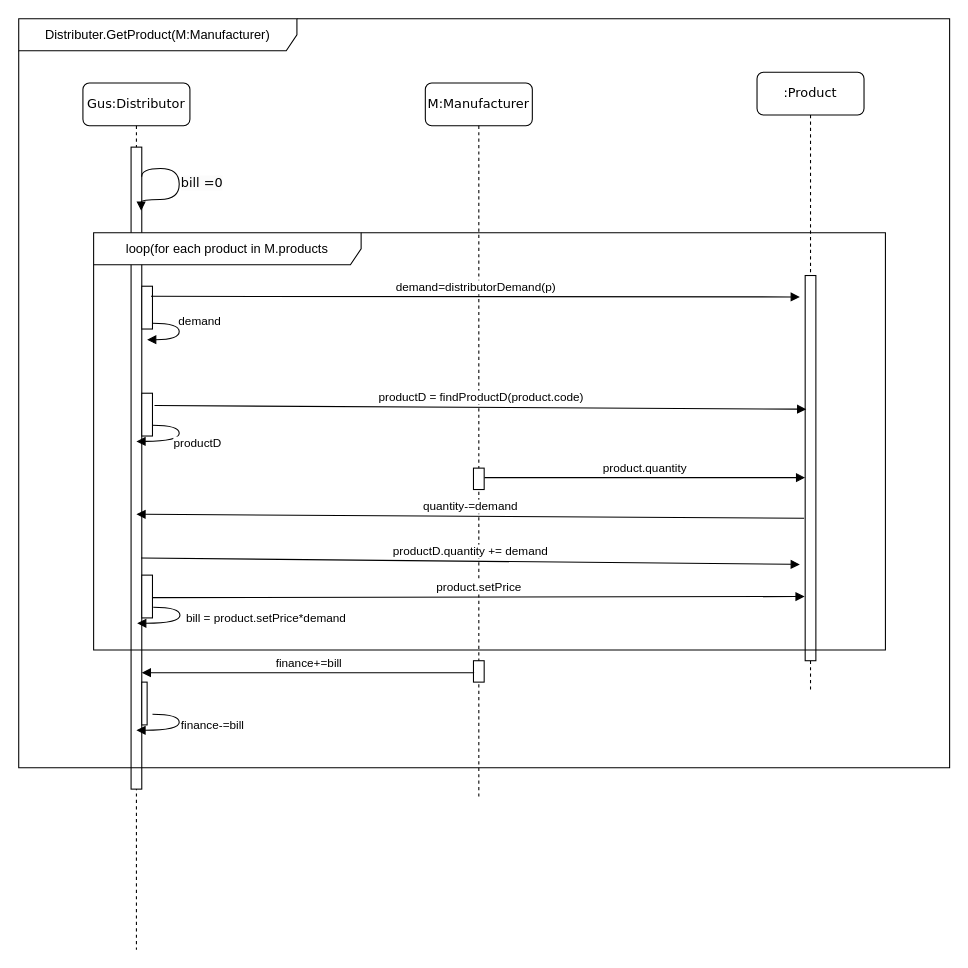
Before: page "SequenceDiagramm" (1 of 3) of UML/Sequence.drawio in zavaranak/932102.Dang, a draw.io diagram. Source tidied: cells renumbered, new cells numbered last; positions are measured from the earlier drawing's top-left corner, leaving out a move shared by most shapes. Both pictures are drawn from the tidied source at 107%, with x=0, y=0 at pixel (18, 18).
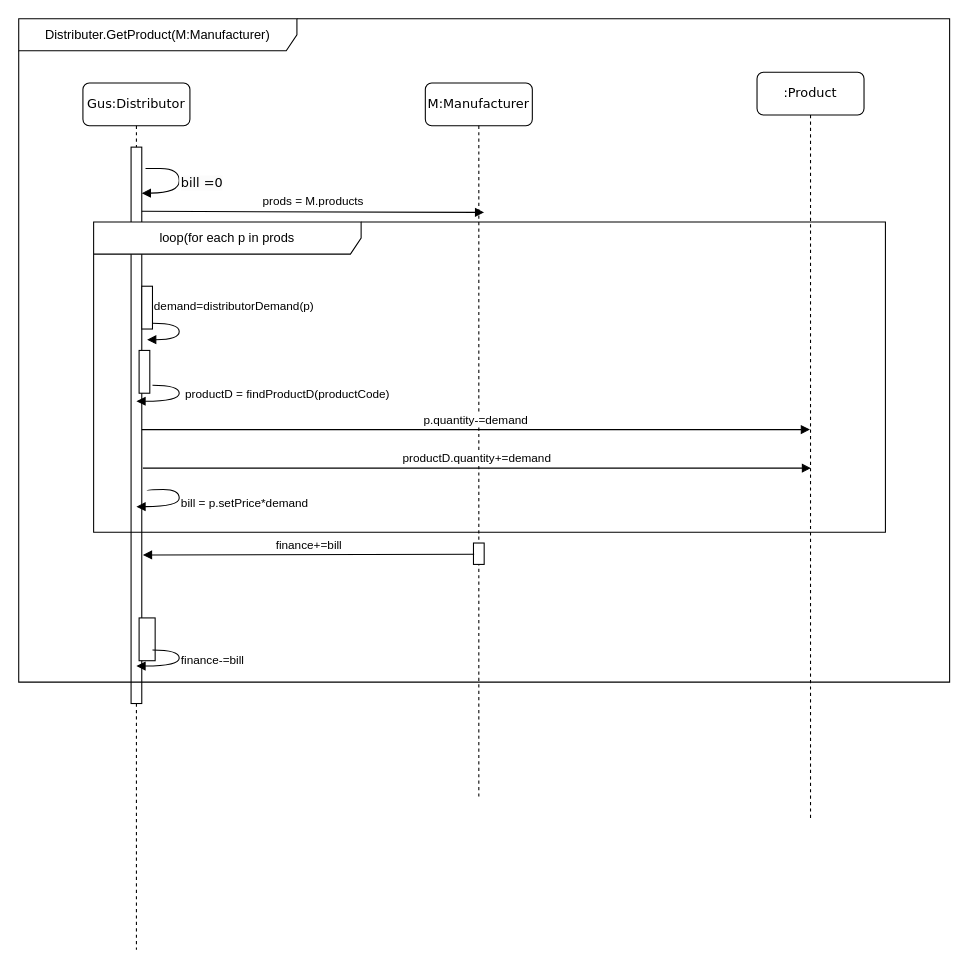
The same page after the edit.

Unchanged cells that the change refers to:
```xml
<mxCell id="6" value="Gus:Distributor" style="shape=umlLifeline;perimeter=lifelinePerimeter;whiteSpace=wrap;html=1;rounded=1;shadow=0;comic=0;labelBackgroundColor=none;strokeWidth=1;fontFamily=Verdana;fontSize=12;align=center;size=40;" parent="1" vertex="1">
  <mxGeometry x="60" y="60" width="100" height="810" as="geometry" />
</mxCell>
```

The edit, as a diff of the source:
```diff
@@
-    <mxCell id="2" value="M:Manufacturer" style="shape=umlLifeline;perimeter=lifelinePerimeter;whiteSpace=wrap;html=1;rounded=1;shadow=0;comic=0;labelBackgroundColor=none;strokeWidth=1;fontFamily=Verdana;fontSize=12;align=center;" parent="1" vertex="1">
+    <mxCell id="2" value="M:Manufacturer" style="shape=umlLifeline;perimeter=lifelinePerimeter;whiteSpace=wrap;html=1;rounded=1;shadow=0;comic=0;labelBackgroundColor=none;strokeWidth=1;fontFamily=Verdana;fontSize=12;align=center;fillColor=#FFFFFF;" parent="1" vertex="1">
       <mxGeometry x="380" y="60" width="100" height="670" as="geometry" />
     </mxCell>
-    <mxCell id="3" style="html=1;points=[];perimeter=orthogonalPerimeter;rounded=0;shadow=0;comic=0;labelBackgroundColor=none;strokeWidth=1;fontFamily=Verdana;fontSize=12;align=center;" parent="2" vertex="1">
-      <mxGeometry x="45" y="360" width="10" height="20" as="geometry" />
-    </mxCell>
-    <mxCell id="4" value=":Product" style="shape=umlLifeline;perimeter=lifelinePerimeter;whiteSpace=wrap;html=1;rounded=1;shadow=0;comic=0;labelBackgroundColor=none;strokeWidth=1;fontFamily=Verdana;fontSize=12;align=center;" parent="1" vertex="1">
-      <mxGeometry x="690" y="50" width="100" height="580" as="geometry" />
+    <mxCell id="4" value=":Product" style="shape=umlLifeline;perimeter=lifelinePerimeter;whiteSpace=wrap;html=1;rounded=1;shadow=0;comic=0;labelBackgroundColor=none;strokeWidth=1;fontFamily=Verdana;fontSize=12;align=center;fillColor=#FFFFFF;" parent="1" vertex="1">
+      <mxGeometry x="690" y="50" width="100" height="700" as="geometry" />
     </mxCell>
-    <mxCell id="5" style="html=1;points=[];perimeter=orthogonalPerimeter;rounded=0;shadow=0;comic=0;labelBackgroundColor=none;strokeWidth=1;fontFamily=Verdana;fontSize=12;align=center;" parent="4" vertex="1">
-      <mxGeometry x="45" y="190" width="10" height="360" as="geometry" />
-    </mxCell>
@@
-    <mxCell id="7" style="html=1;points=[];perimeter=orthogonalPerimeter;rounded=0;shadow=0;comic=0;labelBackgroundColor=none;strokeWidth=1;fontFamily=Verdana;fontSize=12;align=center;" parent="6" vertex="1">
-      <mxGeometry x="45" y="60" width="10" height="600" as="geometry" />
+    <mxCell id="7" style="html=1;points=[];perimeter=orthogonalPerimeter;rounded=0;shadow=0;comic=0;labelBackgroundColor=none;strokeWidth=1;fontFamily=Verdana;fontSize=12;align=center;fillColor=#FFFFFF;" parent="6" vertex="1">
+      <mxGeometry x="45" y="60" width="10" height="520" as="geometry" />
     </mxCell>
-    <mxCell id="8" style="html=1;verticalAlign=bottom;endArrow=block;labelBackgroundColor=none;fontFamily=Verdana;fontSize=12;elbow=vertical;edgeStyle=orthogonalEdgeStyle;curved=1;exitX=0.989;exitY=0.046;exitPerimeter=0;exitDx=0;exitDy=0;entryX=0.944;entryY=0.099;entryDx=0;entryDy=0;entryPerimeter=0;" parent="6" edge="1" source="7" target="7">
+    <mxCell id="8" style="html=1;verticalAlign=bottom;endArrow=block;labelBackgroundColor=none;fontFamily=Verdana;fontSize=12;elbow=vertical;edgeStyle=orthogonalEdgeStyle;curved=1;fillColor=#FFFFFF;" parent="6" edge="1">
       <mxGeometry relative="1" as="geometry">
+        <mxPoint x="60" y="80" as="sourcePoint" />
+        <mxPoint x="55" y="103" as="targetPoint" />
         <Array as="points">
           <mxPoint x="55" y="80" />
           <mxPoint x="90" y="80" />
-          <mxPoint x="90" y="109" />
+          <mxPoint x="90" y="103" />
+          <mxPoint x="70" y="103" />
         </Array>
       </mxGeometry>
     </mxCell>
-    <mxCell id="9" style="html=1;points=[];perimeter=orthogonalPerimeter;rounded=0;shadow=0;comic=0;labelBackgroundColor=none;strokeWidth=1;fontFamily=Verdana;fontSize=12;align=center;" parent="6" vertex="1">
+    <mxCell id="9" style="html=1;points=[];perimeter=orthogonalPerimeter;rounded=0;shadow=0;comic=0;labelBackgroundColor=none;strokeWidth=1;fontFamily=Verdana;fontSize=12;align=center;fillColor=#FFFFFF;" parent="6" vertex="1">
       <mxGeometry x="55" y="190" width="10" height="40" as="geometry" />
     </mxCell>
-    <mxCell id="10" style="html=1;verticalAlign=bottom;endArrow=block;labelBackgroundColor=none;fontFamily=Verdana;fontSize=12;elbow=vertical;edgeStyle=orthogonalEdgeStyle;curved=1;exitX=1.028;exitY=0.867;exitPerimeter=0;exitDx=0;exitDy=0;" parent="6" edge="1" source="9">
+    <mxCell id="10" style="html=1;verticalAlign=bottom;endArrow=block;labelBackgroundColor=none;fontFamily=Verdana;fontSize=12;elbow=vertical;edgeStyle=orthogonalEdgeStyle;curved=1;exitX=1.028;exitY=0.867;exitPerimeter=0;exitDx=0;exitDy=0;fillColor=#FFFFFF;" parent="6" edge="1" source="9">
       <mxGeometry x="-0.34" y="64" relative="1" as="geometry">
         <mxPoint x="60" y="240" as="targetPoint" />
         <Array as="points">
           <mxPoint x="90" y="225" />
           <mxPoint x="90" y="240" />
         </Array>
         <mxPoint x="-14" y="-41" as="offset" />
       </mxGeometry>
     </mxCell>
-    <mxCell id="11" value="demand" style="edgeLabel;html=1;align=center;verticalAlign=middle;" parent="10" vertex="1">
+    <mxCell id="11" value="demand=distributorDemand(p)" style="edgeLabel;html=1;align=center;verticalAlign=middle;fillColor=#FFFFFF;" parent="10" vertex="1">
       <mxGeometry x="0.06" y="-2" relative="1" as="geometry">
-        <mxPoint x="20" y="-14" as="offset" />
+        <mxPoint x="52" y="-28" as="offset" />
       </mxGeometry>
     </mxCell>
-    <mxCell id="12" style="html=1;points=[];perimeter=orthogonalPerimeter;rounded=0;shadow=0;comic=0;labelBackgroundColor=none;strokeWidth=1;fontFamily=Verdana;fontSize=12;align=center;" parent="6" vertex="1">
-      <mxGeometry x="55" y="290" width="10" height="40" as="geometry" />
+    <mxCell id="12" style="html=1;points=[];perimeter=orthogonalPerimeter;rounded=0;shadow=0;comic=0;labelBackgroundColor=none;strokeWidth=1;fontFamily=Verdana;fontSize=12;align=center;fillColor=#FFFFFF;" parent="6" vertex="1">
+      <mxGeometry x="52.5" y="250" width="10" height="40" as="geometry" />
     </mxCell>
-    <mxCell id="13" style="html=1;perimeter=orthogonalPerimeter;rounded=0;shadow=0;comic=0;labelBackgroundColor=none;strokeWidth=1;fontFamily=Verdana;fontSize=12;align=center;" parent="6" vertex="1">
-      <mxGeometry x="55" y="460" width="10" height="40" as="geometry" />
-    </mxCell>
-    <mxCell id="14" style="html=1;perimeter=orthogonalPerimeter;rounded=0;shadow=0;comic=0;labelBackgroundColor=none;strokeWidth=1;fontFamily=Verdana;fontSize=12;align=center;" parent="6" vertex="1">
-      <mxGeometry x="55" y="560" width="5" height="40" as="geometry" />
+    <mxCell id="14" style="html=1;perimeter=orthogonalPerimeter;rounded=0;shadow=0;comic=0;labelBackgroundColor=none;strokeWidth=1;fontFamily=Verdana;fontSize=12;align=center;fillColor=#FFFFFF;" parent="6" vertex="1">
+      <mxGeometry x="52.5" y="500" width="15" height="40" as="geometry" />
     </mxCell>
     <mxCell id="15" value="Distributer.GetProduct(M:Manufacturer)" style="shape=umlFrame;whiteSpace=wrap;html=1;width=260;height=30;" parent="1" vertex="1">
-      <mxGeometry width="870" height="700" as="geometry" />
+      <mxGeometry width="870" height="620" as="geometry" />
     </mxCell>
-    <mxCell id="16" value="loop(for each product in M.products" style="shape=umlFrame;whiteSpace=wrap;html=1;width=250;height=30;" parent="1" vertex="1">
-      <mxGeometry x="70" y="200" width="740" height="390" as="geometry" />
+    <mxCell id="16" value="loop(for each p in prods" style="shape=umlFrame;whiteSpace=wrap;html=1;width=250;height=30;fillColor=#FFFFFF;" parent="1" vertex="1">
+      <mxGeometry x="70" y="190" width="740" height="290" as="geometry" />
     </mxCell>
-    <mxCell id="17" value="&lt;span style=&quot;color: rgb(0, 0, 0); font-family: Verdana; font-size: 12px; font-style: normal; font-variant-ligatures: normal; font-variant-caps: normal; font-weight: 400; letter-spacing: normal; orphans: 2; text-align: center; text-indent: 0px; text-transform: none; widows: 2; word-spacing: 0px; -webkit-text-stroke-width: 0px; background-color: rgb(251, 251, 251); text-decoration-thickness: initial; text-decoration-style: initial; text-decoration-color: initial; float: none; display: inline !important;&quot;&gt;bill =0&lt;br&gt;&lt;br&gt;&lt;/span&gt;" style="text;whiteSpace=wrap;html=1;" parent="1" vertex="1">
-      <mxGeometry x="150" y="140" width="80" height="40" as="geometry" />
+    <mxCell id="17" value="&lt;span style=&quot;color: rgb(0, 0, 0); font-family: Verdana; font-size: 12px; font-style: normal; font-variant-ligatures: normal; font-variant-caps: normal; font-weight: 400; letter-spacing: normal; orphans: 2; text-align: center; text-indent: 0px; text-transform: none; widows: 2; word-spacing: 0px; -webkit-text-stroke-width: 0px; background-color: rgb(251, 251, 251); text-decoration-thickness: initial; text-decoration-style: initial; text-decoration-color: initial; float: none; display: inline !important;&quot;&gt;bill =0&lt;br&gt;&lt;br&gt;&lt;/span&gt;" style="text;whiteSpace=wrap;html=1;fillColor=#FFFFFF;" parent="1" vertex="1">
+      <mxGeometry x="150" y="140" width="50" height="20" as="geometry" />
     </mxCell>
-    <mxCell id="18" value="demand=distributorDemand(p)" style="html=1;verticalAlign=bottom;endArrow=block;curved=0;rounded=0;exitX=0.859;exitY=0.236;exitDx=0;exitDy=0;exitPerimeter=0;" parent="1" edge="1" source="9">
+    <mxCell id="18" value="prods = M.products" style="html=1;verticalAlign=bottom;endArrow=block;curved=0;rounded=0;exitX=0.859;exitY=0.236;exitDx=0;exitDy=0;exitPerimeter=0;fillColor=#FFFFFF;" parent="1" edge="1">
       <mxGeometry relative="1" as="geometry">
-        <mxPoint x="730" y="260" as="targetPoint" />
+        <mxPoint x="115" y="180" as="sourcePoint" />
+        <mxPoint x="435" y="181" as="targetPoint" />
       </mxGeometry>
     </mxCell>
-    <mxCell id="19" value="quantity-=demand" style="html=1;verticalAlign=bottom;endArrow=block;curved=0;rounded=0;exitX=0.21;exitY=0.907;exitDx=0;exitDy=0;exitPerimeter=0;entryX=0.81;entryY=0.745;entryDx=0;entryDy=0;entryPerimeter=0;" parent="1" edge="1">
-      <mxGeometry relative="1" as="geometry">
-        <mxPoint x="734" y="466.9" as="sourcePoint" />
-        <mxPoint x="110" y="463.1" as="targetPoint" />
-      </mxGeometry>
-    </mxCell>
-    <mxCell id="20" value="product.quantity" style="html=1;verticalAlign=bottom;endArrow=block;curved=0;rounded=0;exitX=1.031;exitY=0.444;exitDx=0;exitDy=0;exitPerimeter=0;" parent="1" edge="1" source="3" target="5">
-      <mxGeometry relative="1" as="geometry" />
-    </mxCell>
-    <mxCell id="21" value="productD.quantity += demand" style="html=1;verticalAlign=bottom;endArrow=block;curved=0;rounded=0;exitX=0.94;exitY=0.64;exitDx=0;exitDy=0;exitPerimeter=0;" parent="1" edge="1" source="7">
-      <mxGeometry relative="1" as="geometry">
-        <mxPoint x="730" y="510" as="targetPoint" />
-      </mxGeometry>
-    </mxCell>
-    <mxCell id="22" style="html=1;verticalAlign=bottom;endArrow=block;labelBackgroundColor=none;fontFamily=Verdana;fontSize=12;elbow=vertical;edgeStyle=orthogonalEdgeStyle;curved=1;exitX=1.028;exitY=0.867;exitPerimeter=0;exitDx=0;exitDy=0;entryX=0.5;entryY=0.367;entryDx=0;entryDy=0;entryPerimeter=0;" parent="1" edge="1">
+    <mxCell id="22" style="html=1;verticalAlign=bottom;endArrow=block;labelBackgroundColor=none;fontFamily=Verdana;fontSize=12;elbow=vertical;edgeStyle=orthogonalEdgeStyle;curved=1;entryX=0.5;entryY=0.367;entryDx=0;entryDy=0;entryPerimeter=0;fillColor=#FFFFFF;" parent="1" edge="1">
       <mxGeometry x="-0.34" y="64" relative="1" as="geometry">
-        <mxPoint x="125.7" y="550" as="sourcePoint" />
-        <mxPoint x="110.7" y="565" as="targetPoint" />
+        <mxPoint x="120" y="441" as="sourcePoint" />
+        <mxPoint x="110" y="456" as="targetPoint" />
         <Array as="points">
-          <mxPoint x="150.7" y="550" />
-          <mxPoint x="150.7" y="565" />
+          <mxPoint x="150" y="440" />
+          <mxPoint x="150" y="456" />
         </Array>
         <mxPoint x="-14" y="-41" as="offset" />
       </mxGeometry>
     </mxCell>
-    <mxCell id="23" value="bill = product.setPrice*demand" style="edgeLabel;html=1;align=center;verticalAlign=middle;" parent="22" vertex="1">
+    <mxCell id="23" value="bill = p.setPrice*demand" style="edgeLabel;html=1;align=center;verticalAlign=middle;fillColor=#FFFFFF;" parent="22" vertex="1">
       <mxGeometry x="0.06" y="-2" relative="1" as="geometry">
-        <mxPoint x="82" y="-4" as="offset" />
+        <mxPoint x="62" y="-3" as="offset" />
       </mxGeometry>
     </mxCell>
-    <mxCell id="24" value="productD = findProductD(product.code)" style="html=1;verticalAlign=bottom;endArrow=block;curved=0;rounded=0;exitX=1.19;exitY=0.288;exitDx=0;exitDy=0;exitPerimeter=0;entryX=0.1;entryY=0.347;entryDx=0;entryDy=0;entryPerimeter=0;" parent="1" edge="1" source="12" target="5">
-      <mxGeometry relative="1" as="geometry" />
-    </mxCell>
-    <mxCell id="25" value="product.setPrice" style="html=1;verticalAlign=bottom;endArrow=block;curved=0;rounded=0;exitX=1.19;exitY=0.288;exitDx=0;exitDy=0;exitPerimeter=0;entryX=0.1;entryY=0.347;entryDx=0;entryDy=0;entryPerimeter=0;" parent="1" edge="1">
-      <mxGeometry relative="1" as="geometry">
-        <mxPoint x="125.5" y="541" as="sourcePoint" />
-        <mxPoint x="734.5" y="540" as="targetPoint" />
-      </mxGeometry>
-    </mxCell>
-    <mxCell id="26" style="html=1;verticalAlign=bottom;endArrow=block;labelBackgroundColor=none;fontFamily=Verdana;fontSize=12;elbow=vertical;edgeStyle=orthogonalEdgeStyle;curved=1;exitX=1.028;exitY=0.867;exitPerimeter=0;exitDx=0;exitDy=0;entryX=0.5;entryY=0.367;entryDx=0;entryDy=0;entryPerimeter=0;" parent="1" edge="1">
+    <mxCell id="26" style="html=1;verticalAlign=bottom;endArrow=block;labelBackgroundColor=none;fontFamily=Verdana;fontSize=12;elbow=vertical;edgeStyle=orthogonalEdgeStyle;curved=1;exitX=1.028;exitY=0.867;exitPerimeter=0;exitDx=0;exitDy=0;entryX=0.5;entryY=0.367;entryDx=0;entryDy=0;entryPerimeter=0;fillColor=#FFFFFF;" parent="1" edge="1">
       <mxGeometry x="-0.34" y="64" relative="1" as="geometry">
-        <mxPoint x="125" y="380" as="sourcePoint" />
-        <mxPoint x="110" y="395" as="targetPoint" />
+        <mxPoint x="125" y="342.5" as="sourcePoint" />
+        <mxPoint x="110" y="357.5" as="targetPoint" />
         <Array as="points">
-          <mxPoint x="150" y="380" />
-          <mxPoint x="150" y="395" />
+          <mxPoint x="150" y="342.5" />
+          <mxPoint x="150" y="357.5" />
         </Array>
         <mxPoint x="-14" y="-41" as="offset" />
       </mxGeometry>
     </mxCell>
-    <mxCell id="27" value="productD&lt;br&gt;" style="edgeLabel;html=1;align=center;verticalAlign=middle;" parent="26" vertex="1">
+    <mxCell id="27" value="productD = findProductD(productCode)" style="edgeLabel;html=1;align=center;verticalAlign=middle;fillColor=#FFFFFF;" parent="26" vertex="1">
       <mxGeometry x="0.06" y="-2" relative="1" as="geometry">
-        <mxPoint x="18" y="3" as="offset" />
+        <mxPoint x="102" y="-5" as="offset" />
       </mxGeometry>
     </mxCell>
-    <mxCell id="28" style="html=1;points=[];perimeter=orthogonalPerimeter;rounded=0;shadow=0;comic=0;labelBackgroundColor=none;strokeWidth=1;fontFamily=Verdana;fontSize=12;align=center;" parent="1" vertex="1">
-      <mxGeometry x="425" y="600" width="10" height="20" as="geometry" />
+    <mxCell id="28" style="html=1;points=[];perimeter=orthogonalPerimeter;rounded=0;shadow=0;comic=0;labelBackgroundColor=none;strokeWidth=1;fontFamily=Verdana;fontSize=12;align=center;fillColor=#FFFFFF;" parent="1" vertex="1">
+      <mxGeometry x="425" y="490" width="10" height="20" as="geometry" />
     </mxCell>
-    <mxCell id="29" value="finance+=bill" style="html=1;verticalAlign=bottom;endArrow=block;curved=0;rounded=0;exitX=0.06;exitY=0.56;exitDx=0;exitDy=0;exitPerimeter=0;" parent="1" edge="1" source="28" target="7">
+    <mxCell id="29" value="finance+=bill" style="html=1;verticalAlign=bottom;endArrow=block;curved=0;rounded=0;fillColor=#FFFFFF;entryX=1.107;entryY=0.733;entryDx=0;entryDy=0;entryPerimeter=0;exitX=0.059;exitY=0.528;exitDx=0;exitDy=0;exitPerimeter=0;" parent="1" edge="1" source="28" target="7">
       <mxGeometry relative="1" as="geometry" />
     </mxCell>
-    <mxCell id="30" style="html=1;verticalAlign=bottom;endArrow=block;labelBackgroundColor=none;fontFamily=Verdana;fontSize=12;elbow=vertical;edgeStyle=orthogonalEdgeStyle;curved=1;exitX=1.028;exitY=0.867;exitPerimeter=0;exitDx=0;exitDy=0;entryX=0.5;entryY=0.367;entryDx=0;entryDy=0;entryPerimeter=0;" parent="1" edge="1">
+    <mxCell id="30" style="html=1;verticalAlign=bottom;endArrow=block;labelBackgroundColor=none;fontFamily=Verdana;fontSize=12;elbow=vertical;edgeStyle=orthogonalEdgeStyle;curved=1;exitX=1.028;exitY=0.867;exitPerimeter=0;exitDx=0;exitDy=0;entryX=0.5;entryY=0.367;entryDx=0;entryDy=0;entryPerimeter=0;fillColor=#FFFFFF;" parent="1" edge="1">
       <mxGeometry x="-0.34" y="64" relative="1" as="geometry">
-        <mxPoint x="125" y="650" as="sourcePoint" />
-        <mxPoint x="110" y="665" as="targetPoint" />
+        <mxPoint x="125" y="590" as="sourcePoint" />
+        <mxPoint x="110" y="605" as="targetPoint" />
         <Array as="points">
-          <mxPoint x="150" y="650" />
-          <mxPoint x="150" y="665" />
+          <mxPoint x="150" y="590" />
+          <mxPoint x="150" y="605" />
         </Array>
         <mxPoint x="-14" y="-41" as="offset" />
       </mxGeometry>
     </mxCell>
-    <mxCell id="31" value="finance-=bill" style="edgeLabel;html=1;align=center;verticalAlign=middle;" parent="30" vertex="1">
+    <mxCell id="31" value="finance-=bill" style="edgeLabel;html=1;align=center;verticalAlign=middle;fillColor=#FFFFFF;" parent="30" vertex="1">
       <mxGeometry x="0.06" y="-2" relative="1" as="geometry">
         <mxPoint x="32" y="-4" as="offset" />
       </mxGeometry>
     </mxCell>
+    <mxCell id="32" value="p.quantity-=demand" style="html=1;verticalAlign=bottom;endArrow=block;curved=0;rounded=0;exitX=0.997;exitY=0.54;exitDx=0;exitDy=0;exitPerimeter=0;" parent="1" edge="1">
+      <mxGeometry relative="1" as="geometry">
+        <mxPoint x="115" y="384" as="sourcePoint" />
+        <mxPoint x="739.5" y="384" as="targetPoint" />
+      </mxGeometry>
+    </mxCell>
+    <mxCell id="33" value="productD.quantity+=demand" style="html=1;verticalAlign=bottom;endArrow=block;curved=0;rounded=0;exitX=0.997;exitY=0.54;exitDx=0;exitDy=0;exitPerimeter=0;" parent="1" edge="1">
+      <mxGeometry relative="1" as="geometry">
+        <mxPoint x="116" y="420" as="sourcePoint" />
+        <mxPoint x="740.5" y="420" as="targetPoint" />
+      </mxGeometry>
+    </mxCell>
```
